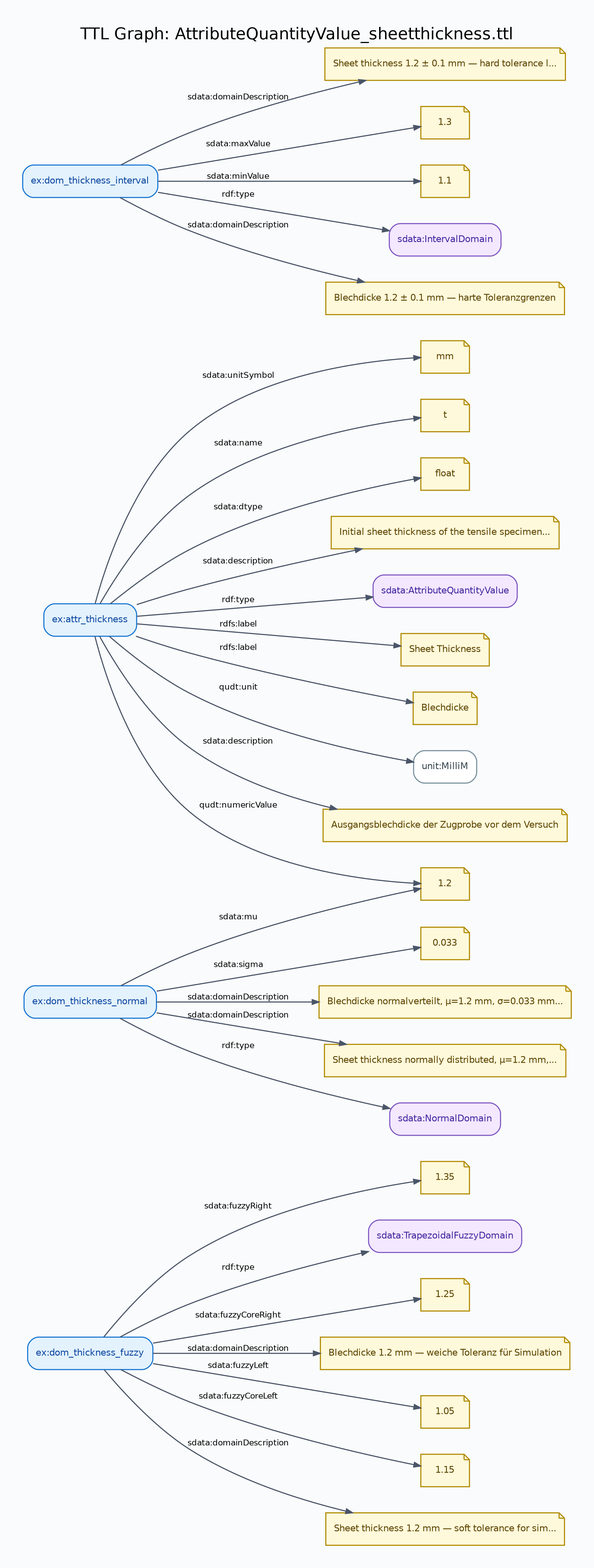
lepy/sdata-ontology keeps this Graphviz diagram as docs/diagrams/AttributeQuantityValue_sheetthickness-graph.png. Above is the earlier version. Its source is kept beside it as docs/diagrams/AttributeQuantityValue_sheetthickness-graph.dot.
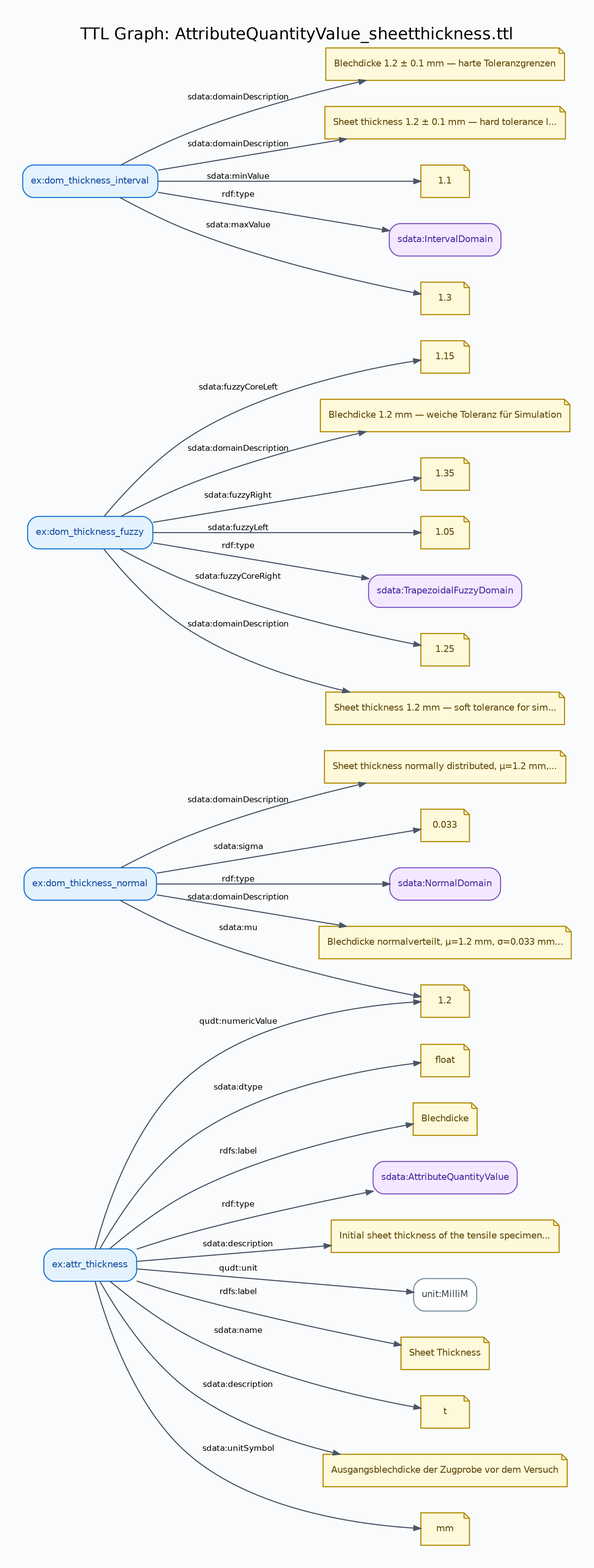
Above is the later version.

Diff of the diagram source:
```diff
@@ -26,83 +26,28 @@
 		fontsize=9,
 		penwidth=1.2
 	];
-	"uri::https://example.org/tensile-test/dom_thickness_fuzzy"	[color="#1976D2",
-		fillcolor="#E3F2FD",
-		fontcolor="#0D47A1",
-		label="ex:dom_thickness_fuzzy"];
-	"lit::1.35::http://www.w3.org/2001/XMLSchema#double::"	[color="#B08900",
-		fillcolor="#FFF9DB",
-		fontcolor="#5C4500",
-		label=1.35,
-		shape=note];
-	"uri::https://example.org/tensile-test/dom_thickness_fuzzy" -> "lit::1.35::http://www.w3.org/2001/XMLSchema#double::"	[label="sdata:fuzzyRight"];
-	"uri::https://w3id.org/sdata/core/TrapezoidalFuzzyDomain"	[color="#7E57C2",
-		fillcolor="#F3E8FF",
-		fontcolor="#4527A0",
-		label="sdata:TrapezoidalFuzzyDomain"];
-	"uri::https://example.org/tensile-test/dom_thickness_fuzzy" -> "uri::https://w3id.org/sdata/core/TrapezoidalFuzzyDomain"	[label="rdf:type"];
-	"lit::1.25::http://www.w3.org/2001/XMLSchema#double::"	[color="#B08900",
-		fillcolor="#FFF9DB",
-		fontcolor="#5C4500",
-		label=1.25,
-		shape=note];
-	"uri::https://example.org/tensile-test/dom_thickness_fuzzy" -> "lit::1.25::http://www.w3.org/2001/XMLSchema#double::"	[label="sdata:fuzzyCoreRight"];
-	"lit::Blechdicke 1.2 mm — weiche Toleranz für Simulation::::de"	[color="#B08900",
-		fillcolor="#FFF9DB",
-		fontcolor="#5C4500",
-		label="Blechdicke 1.2 mm — weiche Toleranz für Simulation",
-		shape=note];
-	"uri::https://example.org/tensile-test/dom_thickness_fuzzy" -> "lit::Blechdicke 1.2 mm — weiche Toleranz für Simulation::::de"	[label="sdata:domainDescription"];
-	"lit::1.05::http://www.w3.org/2001/XMLSchema#double::"	[color="#B08900",
-		fillcolor="#FFF9DB",
-		fontcolor="#5C4500",
-		label=1.05,
-		shape=note];
-	"uri::https://example.org/tensile-test/dom_thickness_fuzzy" -> "lit::1.05::http://www.w3.org/2001/XMLSchema#double::"	[label="sdata:fuzzyLeft"];
-	"lit::1.15::http://www.w3.org/2001/XMLSchema#double::"	[color="#B08900",
-		fillcolor="#FFF9DB",
-		fontcolor="#5C4500",
-		label=1.15,
-		shape=note];
-	"uri::https://example.org/tensile-test/dom_thickness_fuzzy" -> "lit::1.15::http://www.w3.org/2001/XMLSchema#double::"	[label="sdata:fuzzyCoreLeft"];
-	"lit::Sheet thickness 1.2 mm — soft tolerance for simulation::::en"	[color="#B08900",
-		fillcolor="#FFF9DB",
-		fontcolor="#5C4500",
-		label="Sheet thickness 1.2 mm — soft tolerance for sim...",
-		shape=note];
-	"uri::https://example.org/tensile-test/dom_thickness_fuzzy" -> "lit::Sheet thickness 1.2 mm — soft tolerance for simulation::::en"	[label="sdata:domainDescription"];
 	"uri::https://example.org/tensile-test/attr_thickness"	[color="#1976D2",
 		fillcolor="#E3F2FD",
 		fontcolor="#0D47A1",
 		label="ex:attr_thickness"];
-	"lit::Initial sheet thickness of the tensile specimen before testing::::en"	[color="#B08900",
+	"lit::float::::"	[color="#B08900",
 		fillcolor="#FFF9DB",
 		fontcolor="#5C4500",
-		label="Initial sheet thickness of the tensile specimen...",
+		label=float,
 		shape=note];
-	"uri::https://example.org/tensile-test/attr_thickness" -> "lit::Initial sheet thickness of the tensile specimen before testing::::en"	[label="sdata:description"];
-	"uri::https://w3id.org/sdata/core/AttributeQuantityValue"	[color="#7E57C2",
-		fillcolor="#F3E8FF",
-		fontcolor="#4527A0",
-		label="sdata:AttributeQuantityValue"];
-	"uri::https://example.org/tensile-test/attr_thickness" -> "uri::https://w3id.org/sdata/core/AttributeQuantityValue"	[label="rdf:type"];
-	"lit::Sheet Thickness::::en"	[color="#B08900",
-		fillcolor="#FFF9DB",
-		fontcolor="#5C4500",
-		label="Sheet Thickness",
-		shape=note];
-	"uri::https://example.org/tensile-test/attr_thickness" -> "lit::Sheet Thickness::::en"	[label="rdfs:label"];
+	"uri::https://example.org/tensile-test/attr_thickness" -> "lit::float::::"	[label="sdata:dtype"];
 	"lit::Blechdicke::::de"	[color="#B08900",
 		fillcolor="#FFF9DB",
 		fontcolor="#5C4500",
 		label=Blechdicke,
 		shape=note];
 	"uri::https://example.org/tensile-test/attr_thickness" -> "lit::Blechdicke::::de"	[label="rdfs:label"];
-	"uri::http://qudt.org/vocab/unit/MilliM"	[color="#78909C",
-		fillcolor="#FFFFFF",
-		fontcolor="#37474F",
-		label="unit:MilliM"];
-	"uri::https://example.org/tensile-test/attr_thickness" -> "uri::http://qudt.org/vocab/unit/MilliM"	[label="qudt:unit"];
+	"lit::1.2::http://www.w3.org/2001/XMLSchema#double::"	[color="#B08900",
+		fillcolor="#FFF9DB",
+		fontcolor="#5C4500",
+		label=1.2,
+		shape=note];
+	"uri::https://example.org/tensile-test/attr_thickness" -> "lit::1.2::http://www.w3.org/2001/XMLSchema#double::"	[label="qudt:numericValue"];
 	"lit::Ausgangsblechdicke der Zugprobe vor dem Versuch::::de"	[color="#B08900",
 		fillcolor="#FFF9DB",
 		fontcolor="#5C4500",
@@ -115,40 +60,123 @@
 		label=mm,
 		shape=note];
 	"uri::https://example.org/tensile-test/attr_thickness" -> "lit::mm::::"	[label="sdata:unitSymbol"];
+	"uri::https://w3id.org/sdata/core/AttributeQuantityValue"	[color="#7E57C2",
+		fillcolor="#F3E8FF",
+		fontcolor="#4527A0",
+		label="sdata:AttributeQuantityValue"];
+	"uri::https://example.org/tensile-test/attr_thickness" -> "uri::https://w3id.org/sdata/core/AttributeQuantityValue"	[label="rdf:type"];
+	"lit::Initial sheet thickness of the tensile specimen before testing::::en"	[color="#B08900",
+		fillcolor="#FFF9DB",
+		fontcolor="#5C4500",
+		label="Initial sheet thickness of the tensile specimen...",
+		shape=note];
+	"uri::https://example.org/tensile-test/attr_thickness" -> "lit::Initial sheet thickness of the tensile specimen before testing::::en"	[label="sdata:description"];
+	"uri::http://qudt.org/vocab/unit/MilliM"	[color="#78909C",
+		fillcolor="#FFFFFF",
+		fontcolor="#37474F",
+		label="unit:MilliM"];
+	"uri::https://example.org/tensile-test/attr_thickness" -> "uri::http://qudt.org/vocab/unit/MilliM"	[label="qudt:unit"];
+	"lit::Sheet Thickness::::en"	[color="#B08900",
+		fillcolor="#FFF9DB",
+		fontcolor="#5C4500",
+		label="Sheet Thickness",
+		shape=note];
+	"uri::https://example.org/tensile-test/attr_thickness" -> "lit::Sheet Thickness::::en"	[label="rdfs:label"];
 	"lit::t::::"	[color="#B08900",
 		fillcolor="#FFF9DB",
 		fontcolor="#5C4500",
 		label=t,
 		shape=note];
 	"uri::https://example.org/tensile-test/attr_thickness" -> "lit::t::::"	[label="sdata:name"];
-	"lit::1.2::http://www.w3.org/2001/XMLSchema#double::"	[color="#B08900",
+	"uri::https://example.org/tensile-test/dom_thickness_fuzzy"	[color="#1976D2",
+		fillcolor="#E3F2FD",
+		fontcolor="#0D47A1",
+		label="ex:dom_thickness_fuzzy"];
+	"lit::1.15::http://www.w3.org/2001/XMLSchema#double::"	[color="#B08900",
 		fillcolor="#FFF9DB",
 		fontcolor="#5C4500",
-		label=1.2,
+		label=1.15,
 		shape=note];
-	"uri::https://example.org/tensile-test/attr_thickness" -> "lit::1.2::http://www.w3.org/2001/XMLSchema#double::"	[label="qudt:numericValue"];
-	"lit::float::::"	[color="#B08900",
+	"uri::https://example.org/tensile-test/dom_thickness_fuzzy" -> "lit::1.15::http://www.w3.org/2001/XMLSchema#double::"	[label="sdata:fuzzyCoreLeft"];
+	"lit::Blechdicke 1.2 mm — weiche Toleranz für Simulation::::de"	[color="#B08900",
 		fillcolor="#FFF9DB",
 		fontcolor="#5C4500",
-		label=float,
+		label="Blechdicke 1.2 mm — weiche Toleranz für Simulation",
 		shape=note];
-	"uri::https://example.org/tensile-test/attr_thickness" -> "lit::float::::"	[label="sdata:dtype"];
+	"uri::https://example.org/tensile-test/dom_thickness_fuzzy" -> "lit::Blechdicke 1.2 mm — weiche Toleranz für Simulation::::de"	[label="sdata:domainDescription"];
+	"lit::1.35::http://www.w3.org/2001/XMLSchema#double::"	[color="#B08900",
+		fillcolor="#FFF9DB",
+		fontcolor="#5C4500",
+		label=1.35,
+		shape=note];
+	"uri::https://example.org/tensile-test/dom_thickness_fuzzy" -> "lit::1.35::http://www.w3.org/2001/XMLSchema#double::"	[label="sdata:fuzzyRight"];
+	"lit::1.05::http://www.w3.org/2001/XMLSchema#double::"	[color="#B08900",
+		fillcolor="#FFF9DB",
+		fontcolor="#5C4500",
+		label=1.05,
+		shape=note];
+	"uri::https://example.org/tensile-test/dom_thickness_fuzzy" -> "lit::1.05::http://www.w3.org/2001/XMLSchema#double::"	[label="sdata:fuzzyLeft"];
+	"uri::https://w3id.org/sdata/core/TrapezoidalFuzzyDomain"	[color="#7E57C2",
+		fillcolor="#F3E8FF",
+		fontcolor="#4527A0",
+		label="sdata:TrapezoidalFuzzyDomain"];
+	"uri::https://example.org/tensile-test/dom_thickness_fuzzy" -> "uri::https://w3id.org/sdata/core/TrapezoidalFuzzyDomain"	[label="rdf:type"];
+	"lit::1.25::http://www.w3.org/2001/XMLSchema#double::"	[color="#B08900",
+		fillcolor="#FFF9DB",
+		fontcolor="#5C4500",
+		label=1.25,
+		shape=note];
+	"uri::https://example.org/tensile-test/dom_thickness_fuzzy" -> "lit::1.25::http://www.w3.org/2001/XMLSchema#double::"	[label="sdata:fuzzyCoreRight"];
+	"lit::Sheet thickness 1.2 mm — soft tolerance for simulation::::en"	[color="#B08900",
+		fillcolor="#FFF9DB",
+		fontcolor="#5C4500",
+		label="Sheet thickness 1.2 mm — soft tolerance for sim...",
+		shape=note];
+	"uri::https://example.org/tensile-test/dom_thickness_fuzzy" -> "lit::Sheet thickness 1.2 mm — soft tolerance for simulation::::en"	[label="sdata:domainDescription"];
+	"uri::https://example.org/tensile-test/dom_thickness_normal"	[color="#1976D2",
+		fillcolor="#E3F2FD",
+		fontcolor="#0D47A1",
+		label="ex:dom_thickness_normal"];
+	"uri::https://example.org/tensile-test/dom_thickness_normal" -> "lit::1.2::http://www.w3.org/2001/XMLSchema#double::"	[label="sdata:mu"];
+	"lit::Sheet thickness normally distributed, μ=1.2 mm, σ=0.033 mm (3σ=0.1 mm)::::en"	[color="#B08900",
+		fillcolor="#FFF9DB",
+		fontcolor="#5C4500",
+		label="Sheet thickness normally distributed, μ=1.2 mm,...",
+		shape=note];
+	"uri::https://example.org/tensile-test/dom_thickness_normal" -> "lit::Sheet thickness normally distributed, μ=1.2 mm, σ=0.033 mm (3σ=0.1 mm)::::en"	[label="sdata:domainDescription"];
+	"lit::0.033::http://www.w3.org/2001/XMLSchema#double::"	[color="#B08900",
+		fillcolor="#FFF9DB",
+		fontcolor="#5C4500",
+		label=0.033,
+		shape=note];
+	"uri::https://example.org/tensile-test/dom_thickness_normal" -> "lit::0.033::http://www.w3.org/2001/XMLSchema#double::"	[label="sdata:sigma"];
+	"uri::https://w3id.org/sdata/core/NormalDomain"	[color="#7E57C2",
+		fillcolor="#F3E8FF",
+		fontcolor="#4527A0",
+		label="sdata:NormalDomain"];
+	"uri::https://example.org/tensile-test/dom_thickness_normal" -> "uri::https://w3id.org/sdata/core/NormalDomain"	[label="rdf:type"];
+	"lit::Blechdicke normalverteilt, μ=1.2 mm, σ=0.033 mm (3σ=0.1 mm)::::de"	[color="#B08900",
+		fillcolor="#FFF9DB",
+		fontcolor="#5C4500",
+		label="Blechdicke normalverteilt, μ=1.2 mm, σ=0.033 mm...",
+		shape=note];
+	"uri::https://example.org/tensile-test/dom_thickness_normal" -> "lit::Blechdicke normalverteilt, μ=1.2 mm, σ=0.033 mm (3σ=0.1 mm)::::de"	[label="sdata:domainDescription"];
 	"uri::https://example.org/tensile-test/dom_thickness_interval"	[color="#1976D2",
 		fillcolor="#E3F2FD",
 		fontcolor="#0D47A1",
 		label="ex:dom_thickness_interval"];
+	"lit::Blechdicke 1.2 ± 0.1 mm — harte Toleranzgrenzen::::de"	[color="#B08900",
+		fillcolor="#FFF9DB",
+		fontcolor="#5C4500",
+		label="Blechdicke 1.2 ± 0.1 mm — harte Toleranzgrenzen",
+		shape=note];
+	"uri::https://example.org/tensile-test/dom_thickness_interval" -> "lit::Blechdicke 1.2 ± 0.1 mm — harte Toleranzgrenzen::::de"	[label="sdata:domainDescription"];
 	"lit::Sheet thickness 1.2 ± 0.1 mm — hard tolerance limits::::en"	[color="#B08900",
 		fillcolor="#FFF9DB",
 		fontcolor="#5C4500",
 		label="Sheet thickness 1.2 ± 0.1 mm — hard tolerance l...",
 		shape=note];
 	"uri::https://example.org/tensile-test/dom_thickness_interval" -> "lit::Sheet thickness 1.2 ± 0.1 mm — hard tolerance limits::::en"	[label="sdata:domainDescription"];
-	"lit::1.3::http://www.w3.org/2001/XMLSchema#double::"	[color="#B08900",
-		fillcolor="#FFF9DB",
-		fontcolor="#5C4500",
-		label=1.3,
-		shape=note];
-	"uri::https://example.org/tensile-test/dom_thickness_interval" -> "lit::1.3::http://www.w3.org/2001/XMLSchema#double::"	[label="sdata:maxValue"];
 	"lit::1.1::http://www.w3.org/2001/XMLSchema#double::"	[color="#B08900",
 		fillcolor="#FFF9DB",
 		fontcolor="#5C4500",
@@ -160,38 +188,10 @@
 		fontcolor="#4527A0",
 		label="sdata:IntervalDomain"];
 	"uri::https://example.org/tensile-test/dom_thickness_interval" -> "uri::https://w3id.org/sdata/core/IntervalDomain"	[label="rdf:type"];
-	"lit::Blechdicke 1.2 ± 0.1 mm — harte Toleranzgrenzen::::de"	[color="#B08900",
+	"lit::1.3::http://www.w3.org/2001/XMLSchema#double::"	[color="#B08900",
 		fillcolor="#FFF9DB",
 		fontcolor="#5C4500",
-		label="Blechdicke 1.2 ± 0.1 mm — harte Toleranzgrenzen",
+		label=1.3,
 		shape=note];
-	"uri::https://example.org/tensile-test/dom_thickness_interval" -> "lit::Blechdicke 1.2 ± 0.1 mm — harte Toleranzgrenzen::::de"	[label="sdata:domainDescription"];
-	"uri::https://example.org/tensile-test/dom_thickness_normal"	[color="#1976D2",
-		fillcolor="#E3F2FD",
-		fontcolor="#0D47A1",
-		label="ex:dom_thickness_normal"];
-	"lit::0.033::http://www.w3.org/2001/XMLSchema#double::"	[color="#B08900",
-		fillcolor="#FFF9DB",
-		fontcolor="#5C4500",
-		label=0.033,
-		shape=note];
-	"uri::https://example.org/tensile-test/dom_thickness_normal" -> "lit::0.033::http://www.w3.org/2001/XMLSchema#double::"	[label="sdata:sigma"];
-	"lit::Blechdicke normalverteilt, μ=1.2 mm, σ=0.033 mm (3σ=0.1 mm)::::de"	[color="#B08900",
-		fillcolor="#FFF9DB",
-		fontcolor="#5C4500",
-		label="Blechdicke normalverteilt, μ=1.2 mm, σ=0.033 mm...",
-		shape=note];
-	"uri::https://example.org/tensile-test/dom_thickness_normal" -> "lit::Blechdicke normalverteilt, μ=1.2 mm, σ=0.033 mm (3σ=0.1 mm)::::de"	[label="sdata:domainDescription"];
-	"lit::Sheet thickness normally distributed, μ=1.2 mm, σ=0.033 mm (3σ=0.1 mm)::::en"	[color="#B08900",
-		fillcolor="#FFF9DB",
-		fontcolor="#5C4500",
-		label="Sheet thickness normally distributed, μ=1.2 mm,...",
-		shape=note];
-	"uri::https://example.org/tensile-test/dom_thickness_normal" -> "lit::Sheet thickness normally distributed, μ=1.2 mm, σ=0.033 mm (3σ=0.1 mm)::::en"	[label="sdata:domainDescription"];
-	"uri::https://w3id.org/sdata/core/NormalDomain"	[color="#7E57C2",
-		fillcolor="#F3E8FF",
-		fontcolor="#4527A0",
-		label="sdata:NormalDomain"];
-	"uri::https://example.org/tensile-test/dom_thickness_normal" -> "uri::https://w3id.org/sdata/core/NormalDomain"	[label="rdf:type"];
-	"uri::https://example.org/tensile-test/dom_thickness_normal" -> "lit::1.2::http://www.w3.org/2001/XMLSchema#double::"	[label="sdata:mu"];
+	"uri::https://example.org/tensile-test/dom_thickness_interval" -> "lit::1.3::http://www.w3.org/2001/XMLSchema#double::"	[label="sdata:maxValue"];
 }
```
